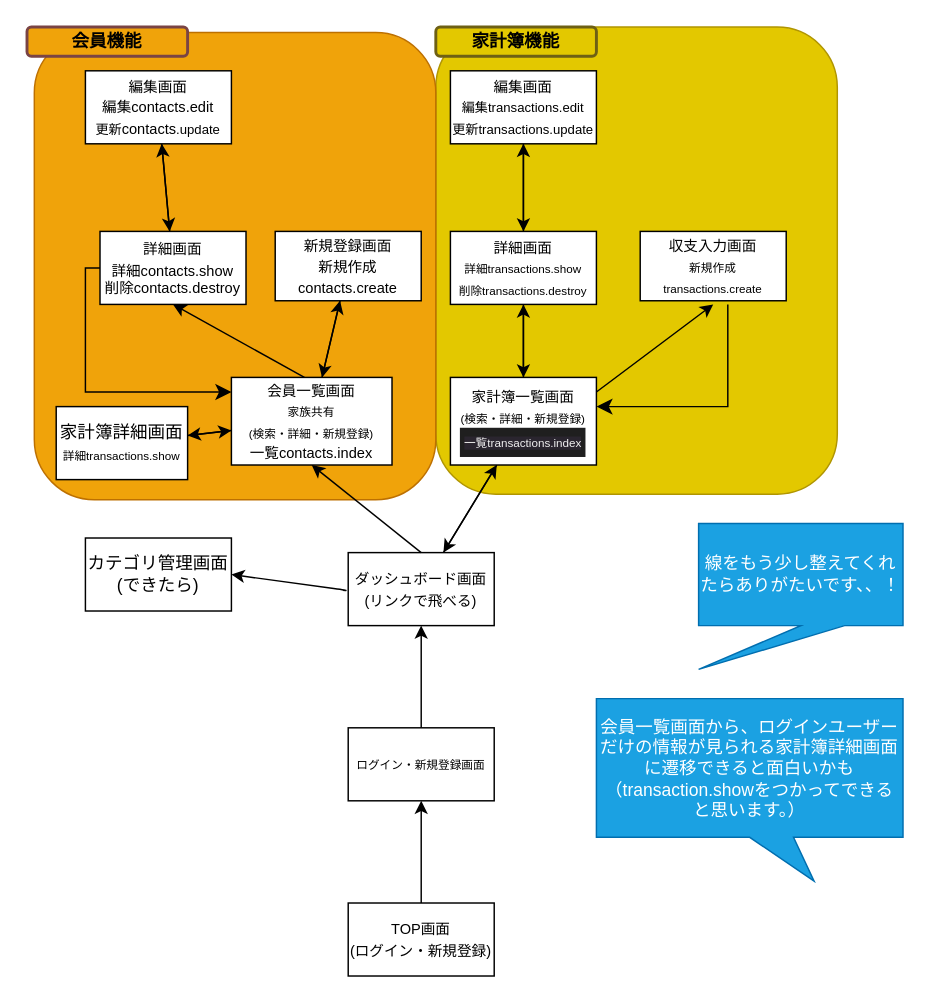
This is Draw/sample.drawio from isobe-00/Comp-Money-App, a draw.io file, before an edit. Source tidied: cells renumbered, new cells numbered last; positions are measured from the earlier drawing's top-left corner, leaving out a move shared by most shapes. Both pictures are drawn from the tidied source at 146%, with x=0, y=0 at pixel (26, 26).
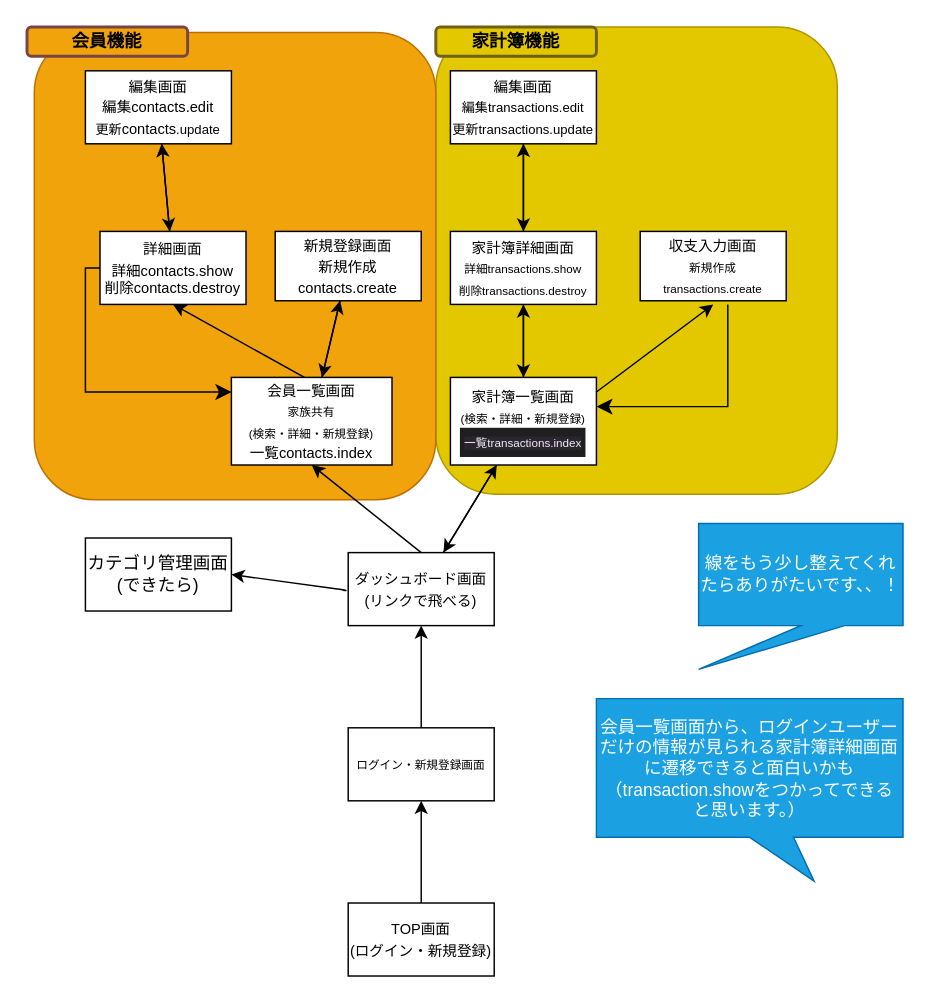
The same diagram, later.

Unchanged cells that the change refers to:
```xml
<mxCell id="9" value="&lt;font style=&quot;&quot;&gt;&lt;span style=&quot;font-size: 10px;&quot;&gt;会員一覧画面&lt;br&gt;&lt;/span&gt;&lt;font style=&quot;font-size: 8px;&quot;&gt;家族共有&lt;/font&gt;&lt;br&gt;&lt;font style=&quot;font-size: 8px;&quot;&gt;(検索・詳細・新規登録)&lt;br&gt;&lt;span style=&quot;font-size: 10px;&quot;&gt;一覧contacts.index&lt;/span&gt;&lt;br&gt;&lt;/font&gt;&lt;/font&gt;" style="rounded=0;whiteSpace=wrap;html=1;" parent="1" vertex="1">
  <mxGeometry x="140" y="240" width="110" height="60" as="geometry" />
</mxCell>
```

What changed in the source:
```diff
@@
-    <mxCell id="7" style="edgeStyle=none;html=1;" parent="1" edge="1" source="9" target="41">
-      <mxGeometry relative="1" as="geometry" />
-    </mxCell>
@@
-    <mxCell id="33" value="&lt;font style=&quot;&quot;&gt;&lt;span style=&quot;font-size: 10px;&quot;&gt;詳細画面&lt;/span&gt;&lt;br&gt;&lt;span style=&quot;font-size: 8px;&quot;&gt;詳細transactions.show&lt;/span&gt;&lt;br&gt;&lt;font style=&quot;font-size: 8px;&quot;&gt;削除transactions.destroy&lt;/font&gt;&lt;br&gt;&lt;/font&gt;" style="rounded=0;whiteSpace=wrap;html=1;" parent="1" vertex="1">
+    <mxCell id="33" value="&lt;font style=&quot;&quot;&gt;&lt;span style=&quot;font-size: 10px;&quot;&gt;家計簿詳細画面&lt;/span&gt;&lt;br&gt;&lt;span style=&quot;font-size: 8px;&quot;&gt;詳細transactions.show&lt;/span&gt;&lt;br&gt;&lt;font style=&quot;font-size: 8px;&quot;&gt;削除transactions.destroy&lt;/font&gt;&lt;br&gt;&lt;/font&gt;" style="rounded=0;whiteSpace=wrap;html=1;" parent="1" vertex="1">
       <mxGeometry x="290" y="140" width="100" height="50" as="geometry" />
     </mxCell>
@@
-    <mxCell id="40" style="edgeStyle=none;html=1;" parent="1" edge="1" source="41" target="9">
-      <mxGeometry relative="1" as="geometry" />
-    </mxCell>
-    <mxCell id="41" value="家計簿詳細画面&lt;br&gt;&lt;span style=&quot;font-size: 8px;&quot;&gt;詳細transactions.show&lt;/span&gt;" style="rounded=0;whiteSpace=wrap;html=1;" parent="1" vertex="1">
-      <mxGeometry x="20" y="260" width="90" height="50" as="geometry" />
-    </mxCell>
```
